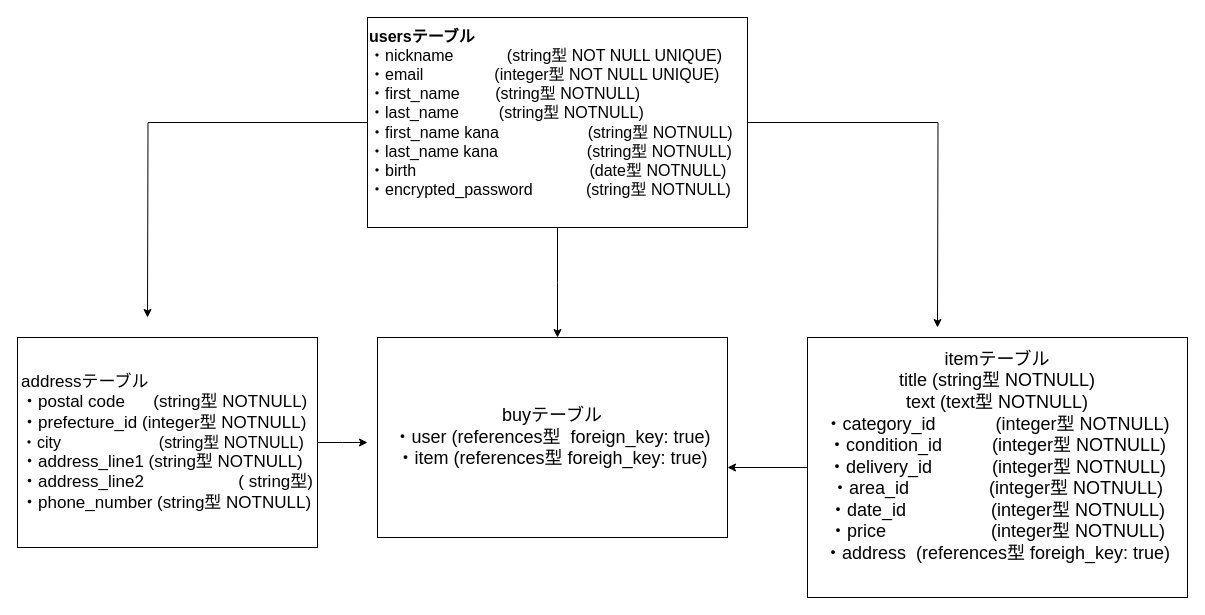
The draw.io diagram test.dio in Anemone0203/furima-33033, before the edit. Source tidied: cells renumbered, new cells numbered last; positions are measured from the earlier drawing's top-left corner, leaving out a move shared by most shapes. Both pictures are drawn from the tidied source at 100%, with x=0, y=0 at pixel (17, 17).
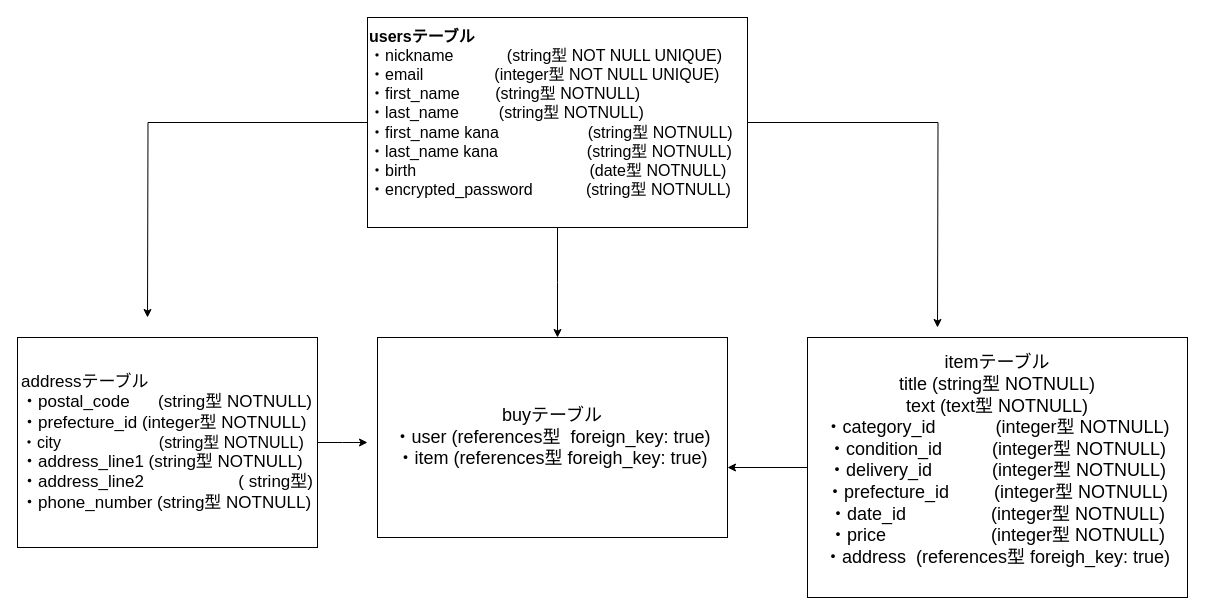
After the change.

Commit message (it also covers changes not shown here):
prefecture_id に統一

The edit, as a diff of the source:
```diff
@@
 <mxGraphModel>
   <root>
     <mxCell id="0" />
     <mxCell id="1" parent="0" />
     <mxCell id="2" style="edgeStyle=orthogonalEdgeStyle;rounded=0;jettySize=auto;html=1;" parent="1" edge="1" source="5">
       <mxGeometry relative="1" as="geometry">
         <mxPoint x="920" y="310" as="targetPoint" />
       </mxGeometry>
     </mxCell>
     <mxCell id="3" style="edgeStyle=orthogonalEdgeStyle;rounded=0;jettySize=auto;html=1;" parent="1" edge="1" source="5">
       <mxGeometry relative="1" as="geometry">
         <mxPoint x="130" y="300" as="targetPoint" />
       </mxGeometry>
     </mxCell>
     <mxCell id="4" style="edgeStyle=orthogonalEdgeStyle;rounded=0;jettySize=auto;html=1;exitX=0.5;exitY=1;exitDx=0;exitDy=0;" parent="1" edge="1" source="5">
       <mxGeometry relative="1" as="geometry">
         <mxPoint x="540" y="320" as="targetPoint" />
       </mxGeometry>
     </mxCell>
     <mxCell id="5" value="&lt;font style=&quot;font-size: 16px&quot;&gt;&lt;b&gt;usersテーブル&lt;/b&gt;&lt;br&gt;・nickname&amp;nbsp; &amp;nbsp; &amp;nbsp; &amp;nbsp; &amp;nbsp; &amp;nbsp; (string型 NOT NULL UNIQUE)&lt;br&gt;・email&amp;nbsp; &amp;nbsp; &amp;nbsp; &amp;nbsp; &amp;nbsp; &amp;nbsp; &amp;nbsp; &amp;nbsp; (integer型 NOT NULL UNIQUE)&lt;br&gt;・first_name&amp;nbsp; &amp;nbsp; &amp;nbsp; &amp;nbsp; (string型 NOTNULL)&lt;br&gt;・last_name&amp;nbsp; &amp;nbsp; &amp;nbsp; &amp;nbsp; &amp;nbsp;(string型 NOTNULL)&lt;br&gt;・first_name kana&amp;nbsp; &amp;nbsp; &amp;nbsp; &amp;nbsp; &amp;nbsp; &amp;nbsp; &amp;nbsp; &amp;nbsp; &amp;nbsp; &amp;nbsp; (string型 NOTNULL)&lt;br&gt;・last_name kana&amp;nbsp; &amp;nbsp; &amp;nbsp; &amp;nbsp; &amp;nbsp; &amp;nbsp; &amp;nbsp; &amp;nbsp; &amp;nbsp; &amp;nbsp; (string型 NOTNULL)&lt;br&gt;・birth&amp;nbsp; &amp;nbsp; &amp;nbsp; &amp;nbsp; &amp;nbsp; &amp;nbsp; &amp;nbsp; &amp;nbsp; &amp;nbsp; &amp;nbsp; &amp;nbsp; &amp;nbsp; &amp;nbsp; &amp;nbsp; &amp;nbsp; &amp;nbsp; &amp;nbsp; &amp;nbsp; &amp;nbsp; &amp;nbsp;(date型 NOTNULL)&lt;br&gt;・encrypted_password&amp;nbsp; &amp;nbsp; &amp;nbsp; &amp;nbsp; &amp;nbsp; &amp;nbsp; (string型 NOTNULL)&lt;br&gt;&lt;br&gt;&lt;/font&gt;" style="rounded=0;whiteSpace=wrap;html=1;align=left;" parent="1" vertex="1">
       <mxGeometry x="350" width="380" height="210" as="geometry" />
     </mxCell>
     <mxCell id="6" value="&lt;font style=&quot;font-size: 18px&quot;&gt;&lt;span&gt;buyテーブル&lt;/span&gt;&lt;br&gt;&lt;span&gt;・user (references型&amp;nbsp; foreign_key: true)&lt;br&gt;&lt;/span&gt;・item (references型 foreigh_key: true)&lt;br&gt;&lt;/font&gt;" style="rounded=0;whiteSpace=wrap;html=1;align=center;" parent="1" vertex="1">
       <mxGeometry x="360" y="320" width="350" height="200" as="geometry" />
     </mxCell>
     <mxCell id="7" style="edgeStyle=orthogonalEdgeStyle;rounded=0;jettySize=auto;html=1;" parent="1" edge="1" source="8">
       <mxGeometry relative="1" as="geometry">
         <mxPoint x="710" y="450" as="targetPoint" />
       </mxGeometry>
     </mxCell>
-    <mxCell id="8" value="&lt;font style=&quot;font-size: 18px&quot;&gt;itemテーブル&lt;br&gt;title (string型 NOTNULL)&lt;br&gt;text (text型 NOTNULL)&lt;br&gt;・category_id&amp;nbsp; &amp;nbsp; &amp;nbsp; &amp;nbsp; &amp;nbsp; &amp;nbsp; (integer型 NOTNULL)&lt;br&gt;・condition_id&amp;nbsp; &amp;nbsp; &amp;nbsp; &amp;nbsp; &amp;nbsp; (integer型 NOTNULL)&lt;br&gt;・delivery_id&amp;nbsp; &amp;nbsp; &amp;nbsp; &amp;nbsp; &amp;nbsp; &amp;nbsp; (integer型 NOTNULL)&lt;br&gt;・area_id&amp;nbsp; &amp;nbsp; &amp;nbsp; &amp;nbsp; &amp;nbsp; &amp;nbsp; &amp;nbsp; &amp;nbsp; (integer型 NOTNULL)&lt;br&gt;・date_id&amp;nbsp; &amp;nbsp; &amp;nbsp; &amp;nbsp; &amp;nbsp; &amp;nbsp; &amp;nbsp; &amp;nbsp; &amp;nbsp;(integer型 NOTNULL)&lt;br&gt;・price&amp;nbsp; &amp;nbsp; &amp;nbsp; &amp;nbsp; &amp;nbsp; &amp;nbsp; &amp;nbsp; &amp;nbsp; &amp;nbsp; &amp;nbsp; &amp;nbsp;(integer型 NOTNULL)&lt;br&gt;・address&amp;nbsp; (references型 foreigh_key: true)&lt;br&gt;&lt;br&gt;&lt;/font&gt;" style="rounded=0;whiteSpace=wrap;html=1;" parent="1" vertex="1">
+    <mxCell id="8" value="&lt;font style=&quot;font-size: 18px&quot;&gt;itemテーブル&lt;br&gt;title (string型 NOTNULL)&lt;br&gt;text (text型 NOTNULL)&lt;br&gt;・category_id&amp;nbsp; &amp;nbsp; &amp;nbsp; &amp;nbsp; &amp;nbsp; &amp;nbsp; (integer型 NOTNULL)&lt;br&gt;・condition_id&amp;nbsp; &amp;nbsp; &amp;nbsp; &amp;nbsp; &amp;nbsp; (integer型 NOTNULL)&lt;br&gt;・delivery_id&amp;nbsp; &amp;nbsp; &amp;nbsp; &amp;nbsp; &amp;nbsp; &amp;nbsp; (integer型 NOTNULL)&lt;br&gt;・prefecture_id&lt;/font&gt;&lt;font&gt;&lt;span style=&quot;font-size: 18px&quot;&gt;&amp;nbsp; &amp;nbsp; &amp;nbsp; &amp;nbsp; &amp;nbsp;(integer型 NOTNULL)&lt;/span&gt;&lt;br&gt;&lt;span style=&quot;font-size: 18px&quot;&gt;・date_id&amp;nbsp; &amp;nbsp; &amp;nbsp; &amp;nbsp; &amp;nbsp; &amp;nbsp; &amp;nbsp; &amp;nbsp; &amp;nbsp;(integer型 NOTNULL)&lt;/span&gt;&lt;br&gt;&lt;span style=&quot;font-size: 18px&quot;&gt;・price&amp;nbsp; &amp;nbsp; &amp;nbsp; &amp;nbsp; &amp;nbsp; &amp;nbsp; &amp;nbsp; &amp;nbsp; &amp;nbsp; &amp;nbsp; &amp;nbsp;(integer型 NOTNULL)&lt;/span&gt;&lt;br&gt;&lt;span style=&quot;font-size: 18px&quot;&gt;・address&amp;nbsp; (references型 foreigh_key: true)&lt;/span&gt;&lt;br&gt;&lt;br&gt;&lt;/font&gt;" style="rounded=0;whiteSpace=wrap;html=1;" parent="1" vertex="1">
       <mxGeometry x="790" y="320" width="380" height="260" as="geometry" />
     </mxCell>
     <mxCell id="9" style="edgeStyle=orthogonalEdgeStyle;rounded=0;jettySize=auto;html=1;exitX=1;exitY=0.5;exitDx=0;exitDy=0;" parent="1" edge="1" source="10">
       <mxGeometry relative="1" as="geometry">
         <mxPoint x="350" y="425" as="targetPoint" />
       </mxGeometry>
     </mxCell>
-    <mxCell id="10" value="&lt;div style=&quot;text-align: left&quot;&gt;&lt;span style=&quot;font-size: 17px&quot;&gt;addressテーブル&lt;/span&gt;&lt;/div&gt;&lt;span style=&quot;font-size: 17px&quot;&gt;&lt;div style=&quot;text-align: left&quot;&gt;&lt;span&gt;・postal code&amp;nbsp; &amp;nbsp; &amp;nbsp; (string型 NOTNULL)&lt;/span&gt;&lt;/div&gt;&lt;/span&gt;&lt;span style=&quot;font-size: 17px&quot;&gt;&lt;div style=&quot;text-align: left&quot;&gt;&lt;span&gt;・prefecture_id (integer型 NOTNULL)&lt;/span&gt;&lt;/div&gt;&lt;/span&gt;&lt;span&gt;&lt;div style=&quot;text-align: left&quot;&gt;&lt;span&gt;&lt;font style=&quot;font-size: 16px&quot;&gt;・city&amp;nbsp; &amp;nbsp; &amp;nbsp; &amp;nbsp; &amp;nbsp; &amp;nbsp; &amp;nbsp; &amp;nbsp; &amp;nbsp; &amp;nbsp; &amp;nbsp; (string型 NOTNULL)&lt;/font&gt;&lt;/span&gt;&lt;/div&gt;&lt;/span&gt;&lt;span style=&quot;font-size: 17px&quot;&gt;&lt;div style=&quot;text-align: left&quot;&gt;&lt;span&gt;・address_line1 (string型 NOTNULL)&lt;/span&gt;&lt;/div&gt;&lt;/span&gt;&lt;span style=&quot;font-size: 17px&quot;&gt;&lt;div style=&quot;text-align: left&quot;&gt;&lt;span&gt;・address_line2&amp;nbsp; &amp;nbsp; &amp;nbsp; &amp;nbsp; &amp;nbsp; &amp;nbsp; &amp;nbsp; &amp;nbsp; &amp;nbsp; &amp;nbsp; ( string型)&lt;/span&gt;&lt;/div&gt;&lt;/span&gt;&lt;span style=&quot;font-size: 17px&quot;&gt;&lt;div style=&quot;text-align: left&quot;&gt;&lt;span&gt;・phone_number (string型 NOTNULL)&lt;/span&gt;&lt;/div&gt;&lt;/span&gt;" style="rounded=0;whiteSpace=wrap;html=1;align=center;" parent="1" vertex="1">
+    <mxCell id="10" value="&lt;div style=&quot;text-align: left&quot;&gt;&lt;span style=&quot;font-size: 17px&quot;&gt;addressテーブル&lt;/span&gt;&lt;/div&gt;&lt;span style=&quot;font-size: 17px&quot;&gt;&lt;div style=&quot;text-align: left&quot;&gt;&lt;span&gt;・postal_code&amp;nbsp; &amp;nbsp; &amp;nbsp; (string型 NOTNULL)&lt;/span&gt;&lt;/div&gt;&lt;/span&gt;&lt;span style=&quot;font-size: 17px&quot;&gt;&lt;div style=&quot;text-align: left&quot;&gt;&lt;span&gt;・prefecture_id (integer型 NOTNULL)&lt;/span&gt;&lt;/div&gt;&lt;/span&gt;&lt;span&gt;&lt;div style=&quot;text-align: left&quot;&gt;&lt;span&gt;&lt;font style=&quot;font-size: 16px&quot;&gt;・city&amp;nbsp; &amp;nbsp; &amp;nbsp; &amp;nbsp; &amp;nbsp; &amp;nbsp; &amp;nbsp; &amp;nbsp; &amp;nbsp; &amp;nbsp; &amp;nbsp; (string型 NOTNULL)&lt;/font&gt;&lt;/span&gt;&lt;/div&gt;&lt;/span&gt;&lt;span style=&quot;font-size: 17px&quot;&gt;&lt;div style=&quot;text-align: left&quot;&gt;&lt;span&gt;・address_line1 (string型 NOTNULL)&lt;/span&gt;&lt;/div&gt;&lt;/span&gt;&lt;span style=&quot;font-size: 17px&quot;&gt;&lt;div style=&quot;text-align: left&quot;&gt;&lt;span&gt;・address_line2&amp;nbsp; &amp;nbsp; &amp;nbsp; &amp;nbsp; &amp;nbsp; &amp;nbsp; &amp;nbsp; &amp;nbsp; &amp;nbsp; &amp;nbsp; ( string型)&lt;/span&gt;&lt;/div&gt;&lt;/span&gt;&lt;span style=&quot;font-size: 17px&quot;&gt;&lt;div style=&quot;text-align: left&quot;&gt;&lt;span&gt;・phone_number (string型 NOTNULL)&lt;/span&gt;&lt;/div&gt;&lt;/span&gt;" style="rounded=0;whiteSpace=wrap;html=1;align=center;" parent="1" vertex="1">
       <mxGeometry y="320" width="300" height="210" as="geometry" />
     </mxCell>
   </root>
 </mxGraphModel>
```
